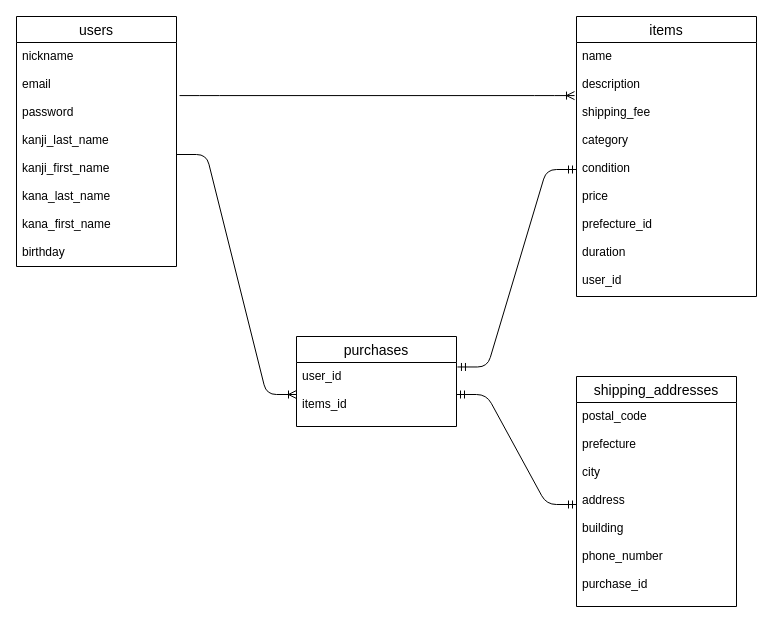
genkot1/furima-32026 keeps this draw.io diagram as furima_ER.dio. Above is the earlier version. Source tidied: cells renumbered, new cells numbered last; positions are measured from the earlier drawing's top-left corner, leaving out a move shared by most shapes. Both pictures are drawn from the tidied source at 100%, with x=0, y=0 at pixel (16, 16).
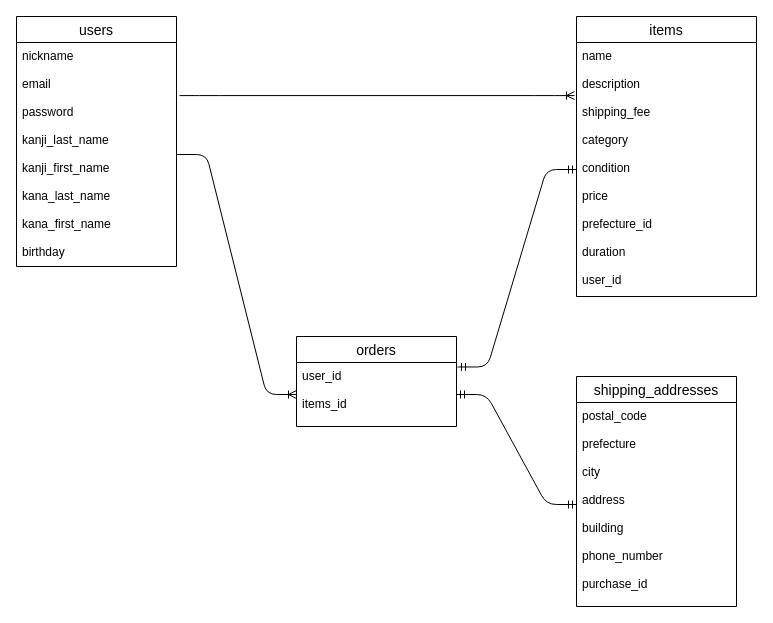
Above is the later version.

The edit, as a diff of the source:
```diff
@@
 <mxGraphModel>
   <root>
     <mxCell id="0" />
     <mxCell id="1" parent="0" />
     <mxCell id="2" style="edgeStyle=entityRelationEdgeStyle;fontSize=12;html=1;endArrow=ERoneToMany;entryX=-0.011;entryY=0.209;entryDx=0;entryDy=0;entryPerimeter=0;exitX=1.019;exitY=0.237;exitDx=0;exitDy=0;exitPerimeter=0;" parent="1" edge="1" source="13" target="7">
       <mxGeometry relative="1" as="geometry" />
     </mxCell>
     <mxCell id="3" style="edgeStyle=entityRelationEdgeStyle;fontSize=12;html=1;endArrow=ERoneToMany;entryX=0;entryY=0.5;entryDx=0;entryDy=0;exitX=1;exitY=0.5;exitDx=0;exitDy=0;" parent="1" edge="1" source="13" target="11">
       <mxGeometry relative="1" as="geometry" />
     </mxCell>
     <mxCell id="4" style="edgeStyle=entityRelationEdgeStyle;fontSize=12;html=1;endArrow=ERmandOne;startArrow=ERmandOne;exitX=1.006;exitY=0.07;exitDx=0;exitDy=0;entryX=0;entryY=0.5;entryDx=0;entryDy=0;exitPerimeter=0;" parent="1" edge="1" source="11" target="7">
       <mxGeometry relative="1" as="geometry" />
     </mxCell>
     <mxCell id="5" style="edgeStyle=entityRelationEdgeStyle;fontSize=12;html=1;endArrow=ERmandOne;startArrow=ERmandOne;exitX=1;exitY=0.5;exitDx=0;exitDy=0;entryX=0;entryY=0.5;entryDx=0;entryDy=0;" parent="1" edge="1" source="11" target="9">
       <mxGeometry relative="1" as="geometry" />
     </mxCell>
     <mxCell id="6" value="items" style="swimlane;fontStyle=0;horizontal=1;startSize=26;align=center;fontSize=14;" parent="1" vertex="1">
       <mxGeometry x="560" width="180" height="280" as="geometry" />
     </mxCell>
     <mxCell id="7" value="name&#10;&#10;description&#10;&#10;shipping_fee&#10;&#10;category&#10;&#10;condition&#10;&#10;price&#10;&#10;prefecture_id&#10;&#10;duration&#10;&#10;user_id" style="text;strokeColor=none;fillColor=none;spacingLeft=4;spacingRight=4;overflow=hidden;points=[[0,0.5],[1,0.5]];portConstraint=eastwest;fontSize=12;" parent="6" vertex="1">
       <mxGeometry y="26" width="180" height="254" as="geometry" />
     </mxCell>
     <mxCell id="8" value="shipping_addresses" style="swimlane;fontStyle=0;horizontal=1;startSize=26;align=center;fontSize=14;" parent="1" vertex="1">
       <mxGeometry x="560" y="360" width="160" height="230" as="geometry" />
     </mxCell>
     <mxCell id="9" value="postal_code&#10;&#10;prefecture&#10;&#10;city&#10;&#10;address&#10;&#10;building&#10;&#10;phone_number&#10;&#10;purchase_id" style="text;strokeColor=none;fillColor=none;spacingLeft=4;spacingRight=4;overflow=hidden;points=[[0,0.5],[1,0.5]];portConstraint=eastwest;fontSize=12;" parent="8" vertex="1">
       <mxGeometry y="26" width="160" height="204" as="geometry" />
     </mxCell>
-    <mxCell id="10" value="purchases" style="swimlane;fontStyle=0;horizontal=1;startSize=26;align=center;fontSize=14;" parent="1" vertex="1">
+    <mxCell id="10" value="orders" style="swimlane;fontStyle=0;horizontal=1;startSize=26;align=center;fontSize=14;" parent="1" vertex="1">
       <mxGeometry x="280" y="320" width="160" height="90" as="geometry" />
     </mxCell>
     <mxCell id="11" value="user_id&#10;&#10;items_id" style="text;strokeColor=none;fillColor=none;spacingLeft=4;spacingRight=4;overflow=hidden;points=[[0,0.5],[1,0.5]];portConstraint=eastwest;fontSize=12;" parent="10" vertex="1">
       <mxGeometry y="26" width="160" height="64" as="geometry" />
     </mxCell>
     <mxCell id="12" value="users" style="swimlane;fontStyle=0;horizontal=1;startSize=26;align=center;fontSize=14;" parent="1" vertex="1">
       <mxGeometry width="160" height="250" as="geometry" />
     </mxCell>
     <mxCell id="13" value="nickname&#10;&#10;email&#10;&#10;password&#10;&#10;kanji_last_name&#10;&#10;kanji_first_name&#10;&#10;kana_last_name&#10;&#10;kana_first_name&#10;&#10;birthday" style="text;strokeColor=none;fillColor=none;spacingLeft=4;spacingRight=4;overflow=hidden;points=[[0,0.5],[1,0.5]];portConstraint=eastwest;fontSize=12;" parent="12" vertex="1">
       <mxGeometry y="26" width="160" height="224" as="geometry" />
     </mxCell>
   </root>
 </mxGraphModel>
```
